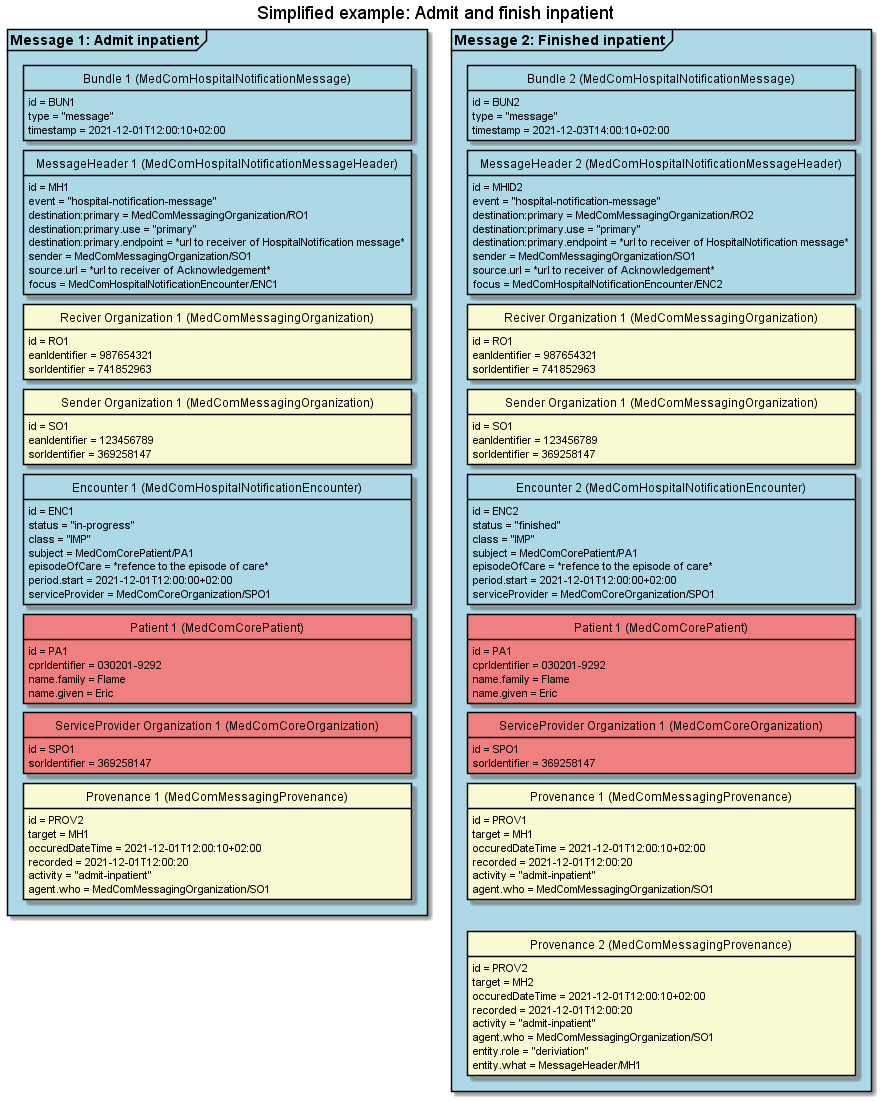
Before: docs/documentation/HNAdmitFinish.png, a diagram exported from PlantUML (tmsMedcom/GitHubPagesTest).
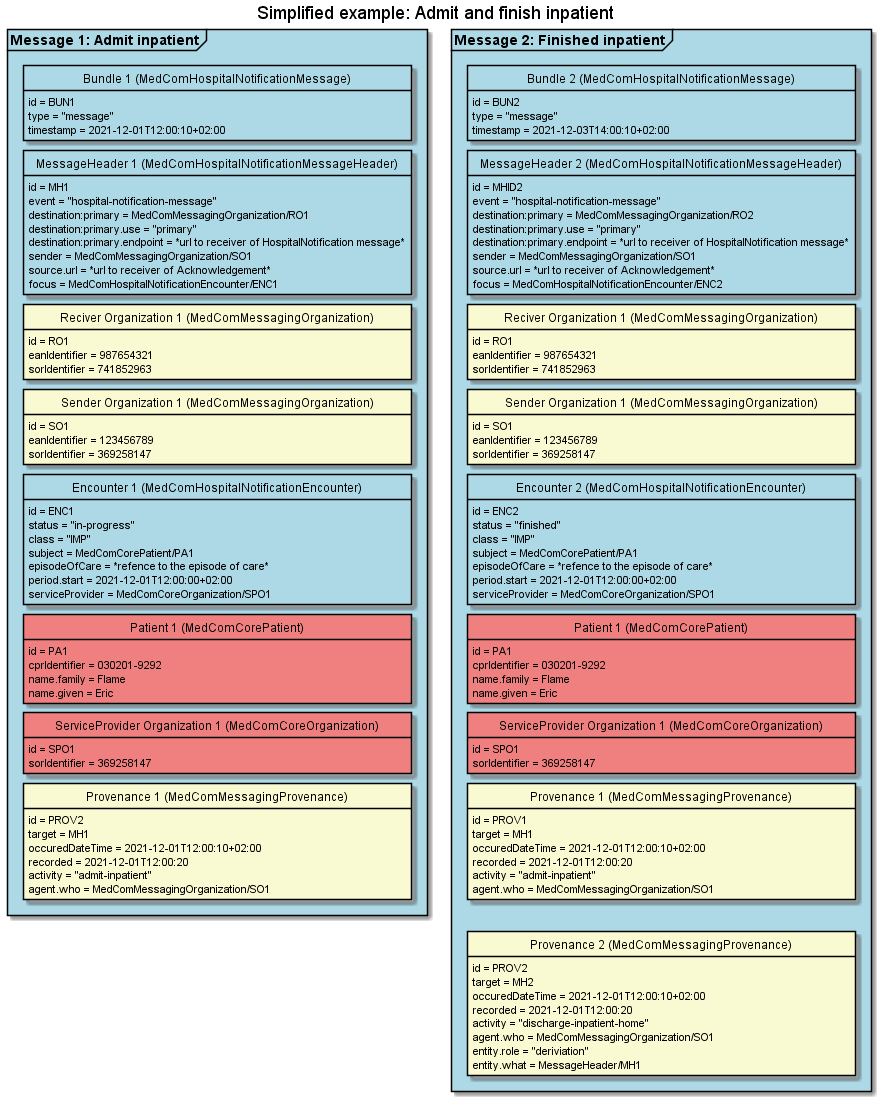
Above is the later version.

The edit, as a diff of the source:
```diff
@@ -134,7 +134,7 @@
         target = MH2
         occuredDateTime = 2021-12-01T12:00:10+02:00
         recorded = 2021-12-01T12:00:20
-        activity = "admit-inpatient"
+        activity = "discharge-inpatient-home"
         agent.who = MedComMessagingOrganization/SO1
         entity.role = "deriviation"
         entity.what = MessageHeader/MH1
```
